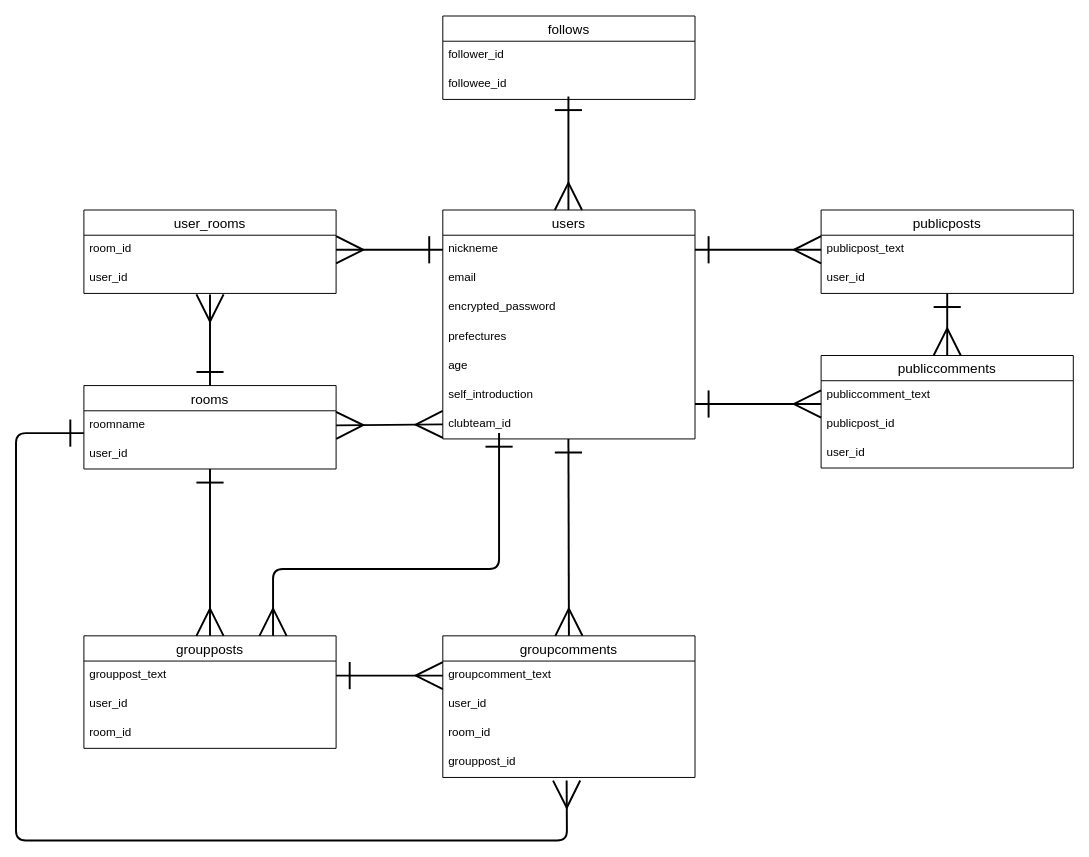
Above: sapchaER.dio in xyusukex/sapporter-chat (draw.io), before the change. Source tidied: cells renumbered, new cells numbered last; positions are measured from the earlier drawing's top-left corner, leaving out a move shared by most shapes. Both pictures are drawn from the tidied source at 97%, with x=0, y=0 at pixel (16, 16).
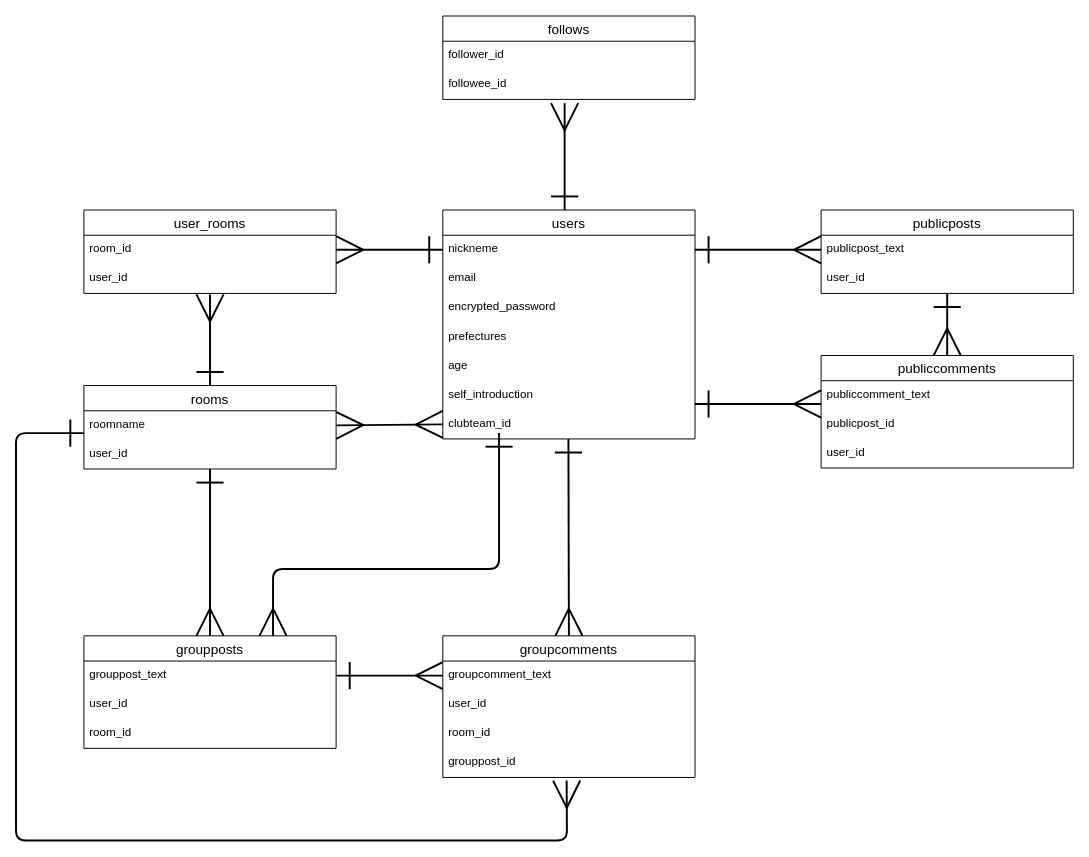
The same diagram, later.

Unchanged cells that the change refers to:
```xml
<mxCell id="2" value="users" style="swimlane;fontStyle=0;horizontal=1;startSize=26;align=center;fontSize=14;" parent="1" vertex="1">
  <mxGeometry x="440" y="200" width="260" height="236" as="geometry" />
</mxCell>
<mxCell id="45" value="followee_id" style="text;strokeColor=none;fillColor=none;spacingLeft=4;spacingRight=4;overflow=hidden;points=[[0,0.5],[1,0.5]];portConstraint=eastwest;fontSize=12;" parent="43" vertex="1">
  <mxGeometry y="56" width="260" height="30" as="geometry" />
</mxCell>
```

The edit, as a diff of the source:
```diff
@@
-    <mxCell id="46" style="edgeStyle=none;html=1;endArrow=ERmany;endFill=0;startArrow=ERone;startFill=0;strokeWidth=2;endSize=25;targetPerimeterSpacing=0;sourcePerimeterSpacing=0;startSize=25;" parent="1" edge="1">
-      <mxGeometry relative="1" as="geometry">
-        <mxPoint x="569.5" y="83" as="sourcePoint" />
-        <mxPoint x="569.5" y="200" as="targetPoint" />
-      </mxGeometry>
+    <mxCell id="46" style="edgeStyle=none;html=1;endArrow=ERmany;endFill=0;startArrow=ERone;startFill=0;strokeWidth=2;endSize=25;targetPerimeterSpacing=0;sourcePerimeterSpacing=0;startSize=25;entryX=0.483;entryY=1.129;entryDx=0;entryDy=0;entryPerimeter=0;exitX=0.483;exitY=0;exitDx=0;exitDy=0;exitPerimeter=0;" parent="1" edge="1" source="2" target="45">
+      <mxGeometry relative="1" as="geometry" />
     </mxCell>
```
